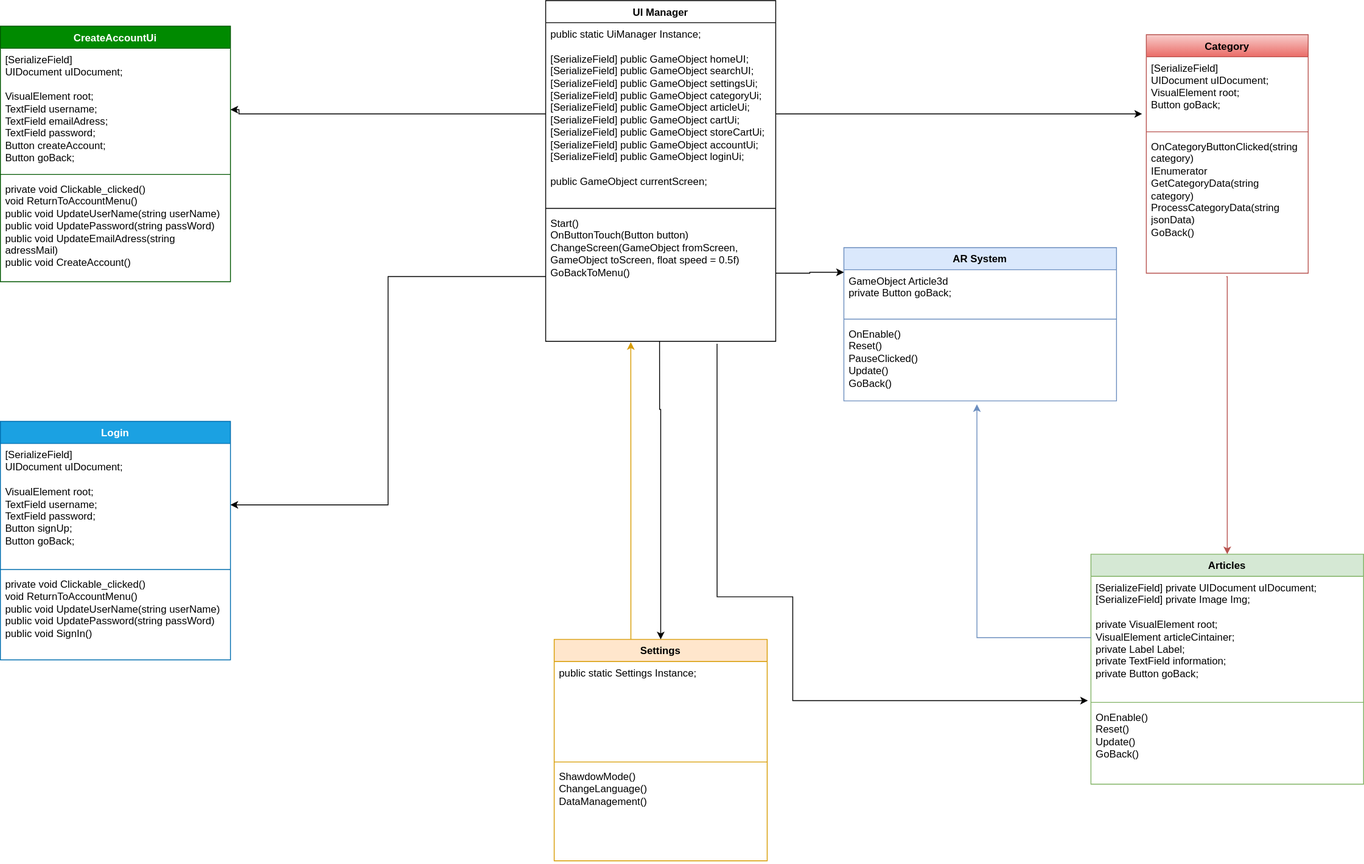
Before: DiagrammeClass.drawio.drawio.svg, a diagram exported from draw.io (Ashura100/Projet4). Source tidied: cells renumbered, new cells last; positions are measured from the earlier drawing's top-left corner, leaving out a move shared by most shapes.
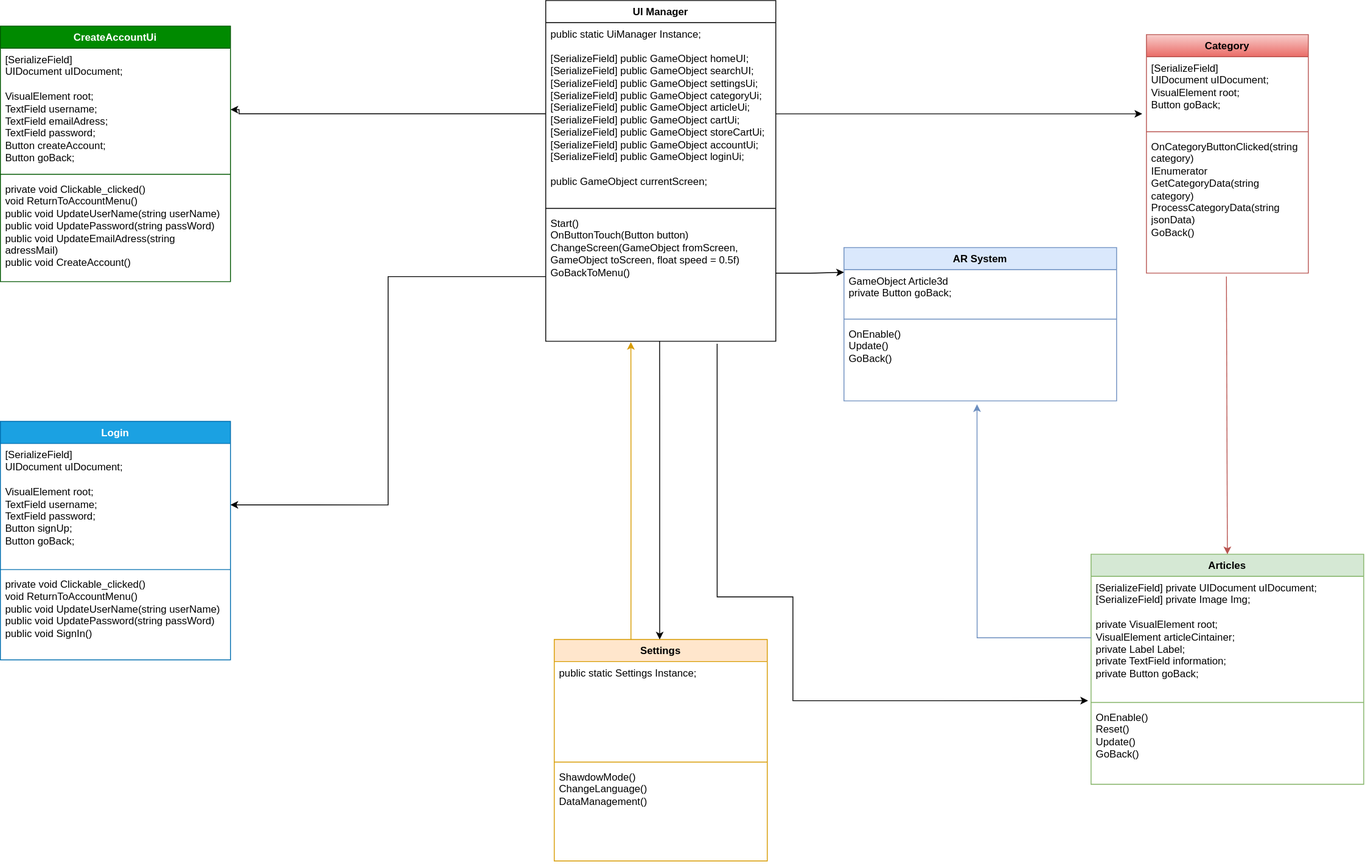
After the change.

Commit message:
Mettre à jour DiagrammeClass.drawio.drawio.svg

The edit, as a diff of the source:
```diff
@@ -83,7 +83,7 @@
     <mxCell id="28" style="line;strokeWidth=1;fillColor=none;align=left;verticalAlign=middle;spacingTop=-1;spacingLeft=3;spacingRight=3;labelPosition=right;strokeColor=inherit;" parent="26" vertex="1">
       <mxGeometry y="80" width="320" height="8" as="geometry" />
     </mxCell>
-    <mxCell id="29" value="OnEnable()&lt;div&gt;Reset()&lt;br&gt;&lt;/div&gt;&lt;div&gt;PauseClicked()&lt;br&gt;&lt;/div&gt;&lt;div&gt;Update()&lt;/div&gt;&lt;div&gt;GoBack()&lt;/div&gt;" style="text;strokeColor=none;fillColor=none;align=left;verticalAlign=top;spacingLeft=4;spacingRight=4;overflow=hidden;points=[[0,0.5],[1,0.5]];portConstraint=eastwest;whiteSpace=wrap;html=1;" parent="26" vertex="1">
+    <mxCell id="29" value="OnEnable()&lt;div&gt;Update()&lt;/div&gt;&lt;div&gt;GoBack()&lt;/div&gt;" style="text;strokeColor=none;fillColor=none;align=left;verticalAlign=top;spacingLeft=4;spacingRight=4;overflow=hidden;points=[[0,0.5],[1,0.5]];portConstraint=eastwest;whiteSpace=wrap;html=1;" parent="26" vertex="1">
       <mxGeometry y="88" width="320" height="92" as="geometry" />
     </mxCell>
     <mxCell id="30" style="edgeStyle=orthogonalEdgeStyle;rounded=0;jettySize=auto;html=1;entryX=-0.026;entryY=0.798;entryDx=0;entryDy=0;entryPerimeter=0;" parent="1" edge="1" source="3" target="11">
```
